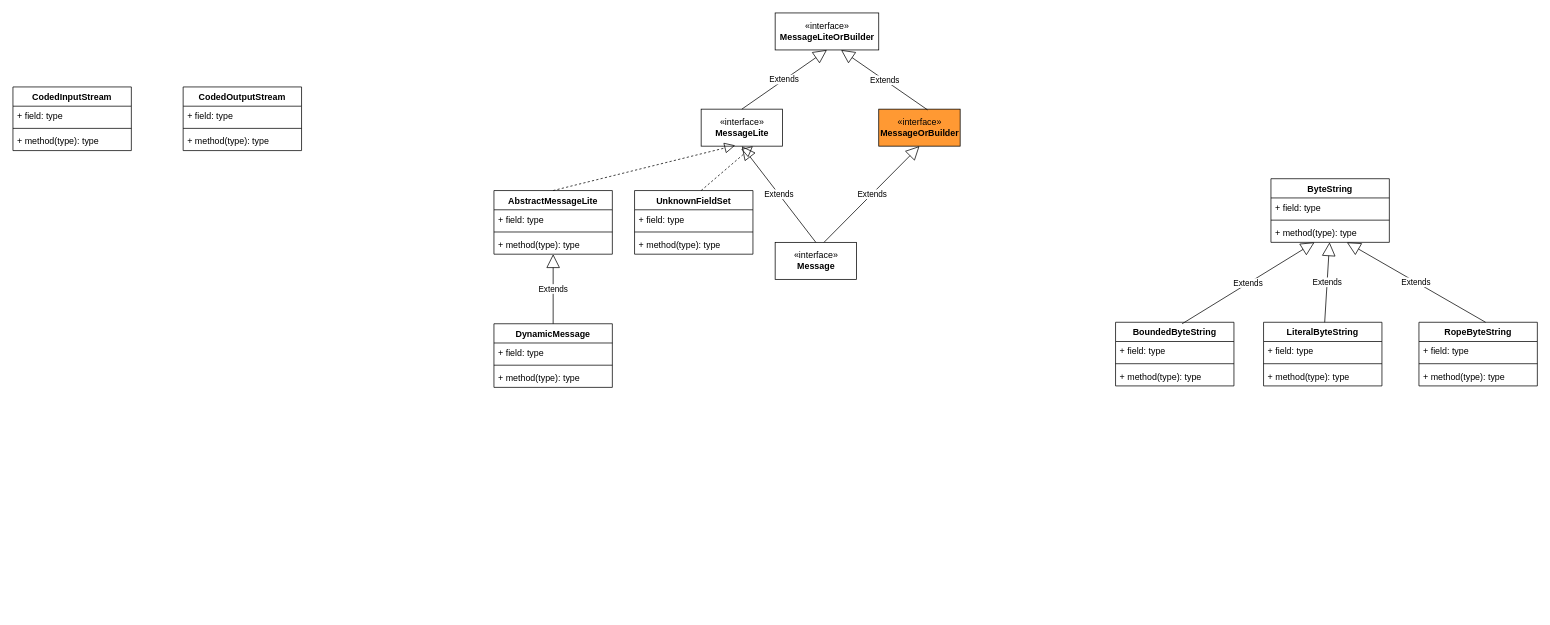
The draw.io diagram protobuf-java.drawio in tadsimons/draw, before the edit. Source tidied: cells renumbered, new cells numbered last; positions are measured from the earlier drawing's top-left corner, leaving out a move shared by most shapes. Both pictures are drawn from the tidied source at 74%, with x=0, y=0 at pixel (13, 13).
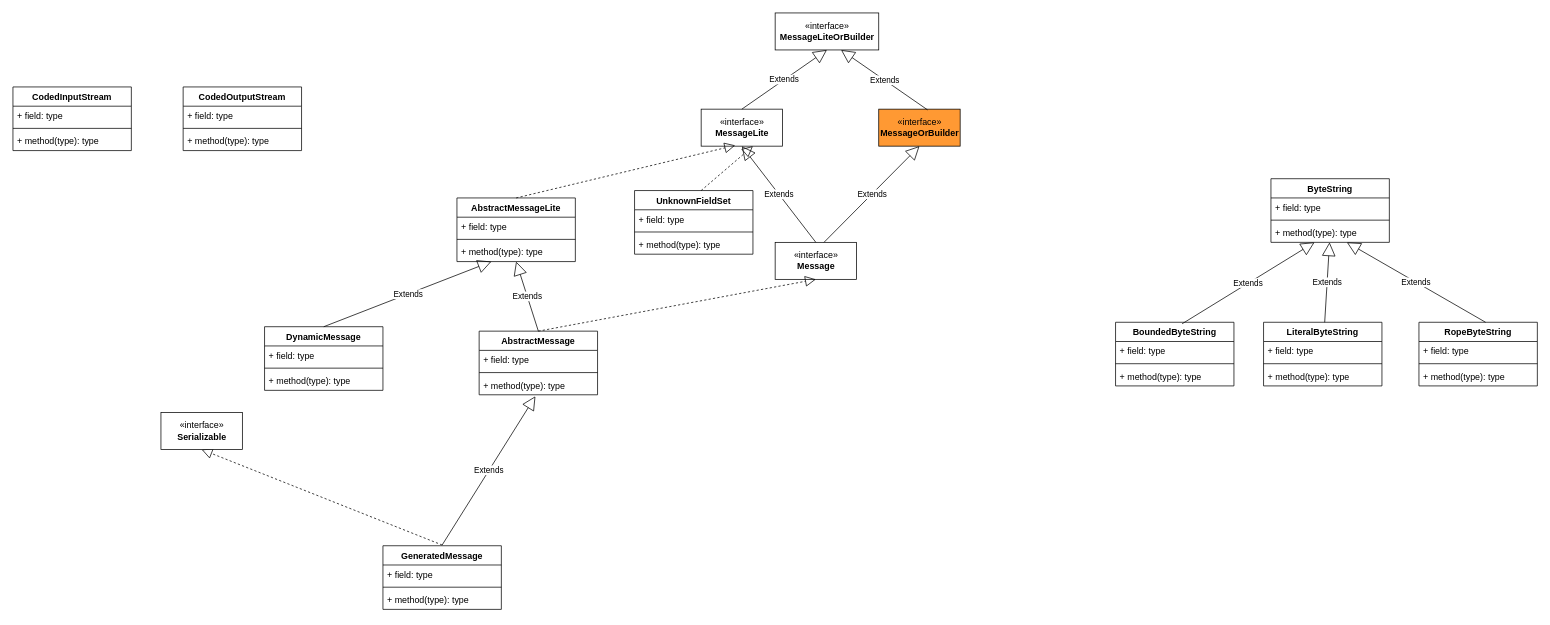
After the change.

The change refers to these unchanged cells:
```xml
<mxCell id="6" value="«interface»&lt;br&gt;&lt;b&gt;Message&lt;/b&gt;" style="html=1;fillColor=#FFFFFF;" parent="1" vertex="1">
  <mxGeometry x="1030" y="310" width="110" height="50" as="geometry" />
</mxCell>
<mxCell id="18" value="+ method(type): type" style="text;strokeColor=none;fillColor=none;align=left;verticalAlign=top;spacingLeft=4;spacingRight=4;overflow=hidden;points=[[0,0.5],[1,0.5]];portConstraint=eastwest;" parent="14" vertex="1">
  <mxGeometry y="60" width="160" height="26" as="geometry" />
</mxCell>
```

The edit, as a diff of the source:
```diff
@@
     <mxCell id="14" value="AbstractMessageLite" style="swimlane;fontStyle=1;align=center;verticalAlign=top;horizontal=1;startSize=26;fillColor=#FFFFFF;" parent="1" vertex="1">
-      <mxGeometry x="650" y="240" width="160" height="86" as="geometry" />
+      <mxGeometry x="600" y="250" width="160" height="86" as="geometry" />
     </mxCell>
@@
     <mxCell id="19" value="DynamicMessage" style="swimlane;fontStyle=1;align=center;verticalAlign=top;horizontal=1;startSize=26;fillColor=#FFFFFF;" parent="1" vertex="1">
-      <mxGeometry x="650" y="420" width="160" height="86" as="geometry" />
+      <mxGeometry x="340" y="424" width="160" height="86" as="geometry" />
     </mxCell>
@@
+    <mxCell id="52" value="GeneratedMessage" style="swimlane;fontStyle=1;align=center;verticalAlign=top;horizontal=1;startSize=26;" parent="1" vertex="1">
+      <mxGeometry x="500" y="720" width="160" height="86" as="geometry" />
+    </mxCell>
+    <mxCell id="53" value="+ field: type" style="text;strokeColor=none;fillColor=none;align=left;verticalAlign=top;spacingLeft=4;spacingRight=4;overflow=hidden;" parent="52" vertex="1">
+      <mxGeometry y="26" width="160" height="26" as="geometry" />
+    </mxCell>
+    <mxCell id="54" style="line;strokeWidth=1;fillColor=none;align=left;verticalAlign=middle;spacingTop=-1;spacingLeft=3;spacingRight=3;labelPosition=right;" parent="52" vertex="1">
+      <mxGeometry y="52" width="160" height="8" as="geometry" />
+    </mxCell>
+    <mxCell id="55" value="+ method(type): type" style="text;strokeColor=none;fillColor=none;align=left;verticalAlign=top;spacingLeft=4;spacingRight=4;overflow=hidden;" parent="52" vertex="1">
+      <mxGeometry y="60" width="160" height="26" as="geometry" />
+    </mxCell>
+    <mxCell id="56" value="Extends" style="endArrow=block;endSize=16;endFill=0;html=1;entryX=0.475;entryY=1.077;entryDx=0;entryDy=0;entryPerimeter=0;" parent="52" edge="1" target="62">
+      <mxGeometry relative="1" as="geometry">
+        <mxPoint x="80" y="-1" as="sourcePoint" />
+      </mxGeometry>
+    </mxCell>
+    <mxCell id="57" style="endArrow=block;dashed=1;endFill=0;endSize=12;html=1;entryX=0.5;entryY=1;entryDx=0;entryDy=0;" parent="52" edge="1" target="63">
+      <mxGeometry relative="1" as="geometry">
+        <mxPoint x="80" y="-1" as="sourcePoint" />
+      </mxGeometry>
+    </mxCell>
+    <mxCell id="58" value="AbstractMessage" style="swimlane;fontStyle=1;align=center;verticalAlign=top;horizontal=1;startSize=26;" parent="1" vertex="1">
+      <mxGeometry x="630" y="430" width="160" height="86" as="geometry" />
+    </mxCell>
+    <mxCell id="59" style="endArrow=block;dashed=1;endFill=0;endSize=12;html=1;entryX=0.5;entryY=1;entryDx=0;entryDy=0;" parent="58" edge="1" target="6">
+      <mxGeometry relative="1" as="geometry">
+        <mxPoint x="80" as="sourcePoint" />
+      </mxGeometry>
+    </mxCell>
+    <mxCell id="60" value="+ field: type" style="text;strokeColor=none;fillColor=none;align=left;verticalAlign=top;spacingLeft=4;spacingRight=4;overflow=hidden;" parent="58" vertex="1">
+      <mxGeometry y="26" width="160" height="26" as="geometry" />
+    </mxCell>
+    <mxCell id="61" style="line;strokeWidth=1;fillColor=none;align=left;verticalAlign=middle;spacingTop=-1;spacingLeft=3;spacingRight=3;labelPosition=right;" parent="58" vertex="1">
+      <mxGeometry y="52" width="160" height="8" as="geometry" />
+    </mxCell>
+    <mxCell id="62" value="+ method(type): type" style="text;strokeColor=none;fillColor=none;align=left;verticalAlign=top;spacingLeft=4;spacingRight=4;overflow=hidden;points=[[0,0.5],[1,0.5]];portConstraint=eastwest;" parent="58" vertex="1">
+      <mxGeometry y="60" width="160" height="26" as="geometry" />
+    </mxCell>
+    <mxCell id="63" value="«interface»&lt;br&gt;&lt;b&gt;Serializable&lt;/b&gt;" style="html=1;" parent="1" vertex="1">
+      <mxGeometry x="200" y="540" width="110" height="50" as="geometry" />
+    </mxCell>
+    <mxCell id="64" value="Extends" style="endArrow=block;endSize=16;endFill=0;html=1;entryX=0.5;entryY=1;entryDx=0;entryDy=0;entryPerimeter=0;exitX=0.5;exitY=0;exitDx=0;exitDy=0;" parent="1" edge="1" source="58" target="18">
+      <mxGeometry relative="1" as="geometry" />
+    </mxCell>
```
